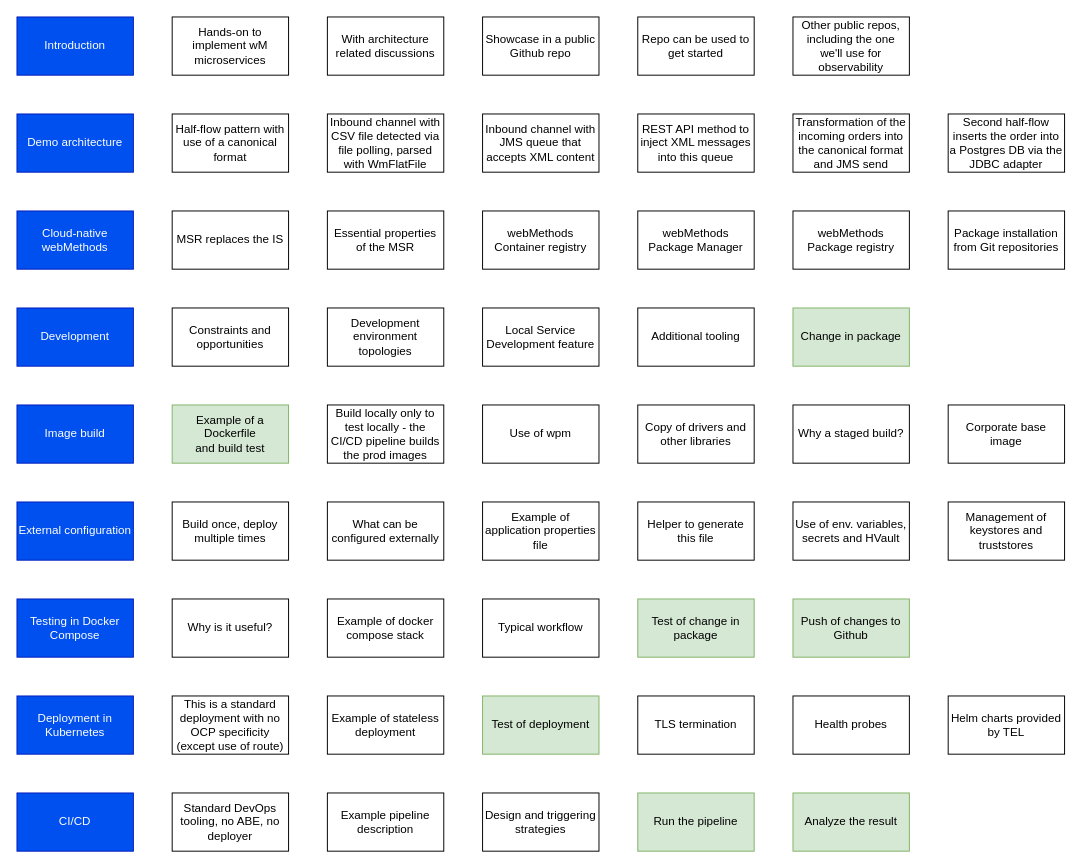
Above: page "Page-4" (4 of 5) of resources/documentation/diagrams/diagrams.drawio in staillanibm/demoOrderManagement (draw.io), before the change. Source tidied: cells renumbered, new cells numbered last; positions are measured from the earlier drawing's top-left corner, leaving out a move shared by most shapes. Both pictures are drawn from the tidied source at 97%, with x=0, y=0 at pixel (16, 16).
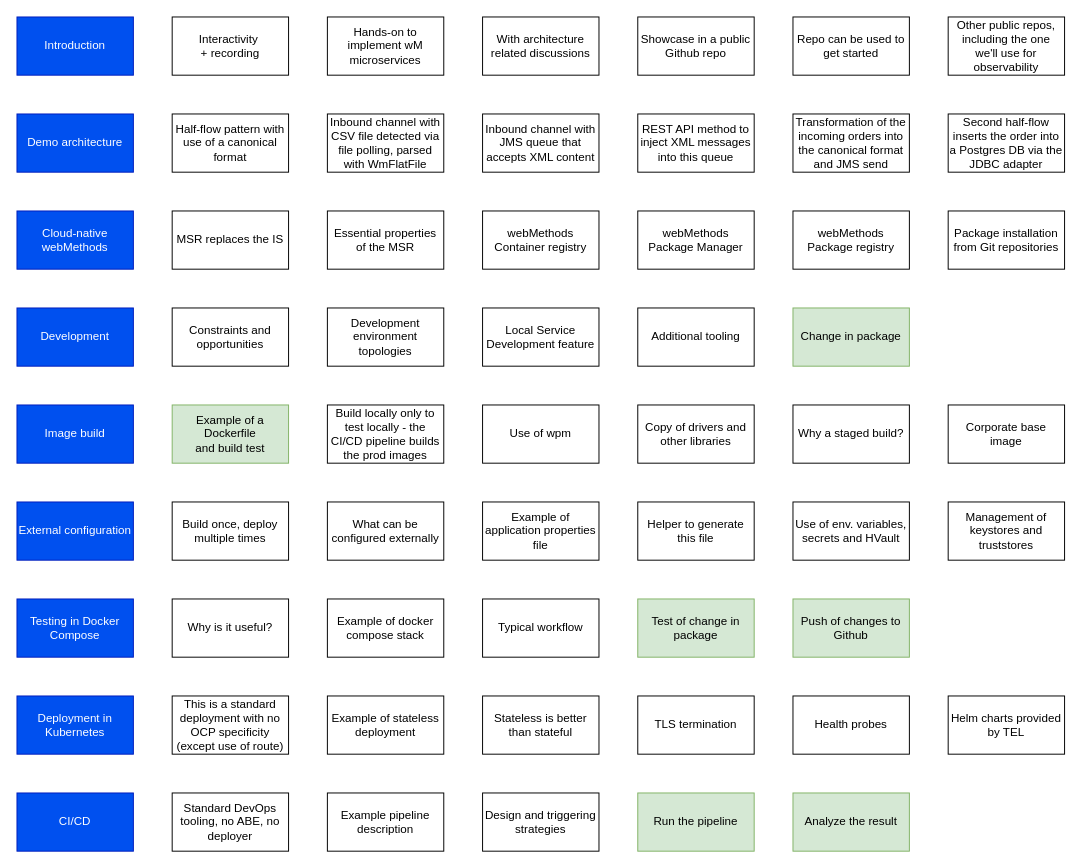
After the change.

What changed in the source:
```diff
@@
     <mxCell id="2" value="Hands-on to implement wM microservices" style="rounded=0;whiteSpace=wrap;html=1;" parent="1" vertex="1">
-      <mxGeometry x="160" width="120" height="60" as="geometry" />
+      <mxGeometry x="320" width="120" height="60" as="geometry" />
     </mxCell>
     <mxCell id="3" value="With architecture related discussions" style="rounded=0;whiteSpace=wrap;html=1;" parent="1" vertex="1">
-      <mxGeometry x="320" width="120" height="60" as="geometry" />
+      <mxGeometry x="480" width="120" height="60" as="geometry" />
     </mxCell>
     <mxCell id="4" value="Showcase in a public Github repo" style="rounded=0;whiteSpace=wrap;html=1;" parent="1" vertex="1">
-      <mxGeometry x="480" width="120" height="60" as="geometry" />
+      <mxGeometry x="640" width="120" height="60" as="geometry" />
     </mxCell>
     <mxCell id="5" value="Other public repos, including the one &lt;br&gt;we'll use for observability" style="rounded=0;whiteSpace=wrap;html=1;" parent="1" vertex="1">
-      <mxGeometry x="800" width="120" height="60" as="geometry" />
+      <mxGeometry x="960" width="120" height="60" as="geometry" />
     </mxCell>
@@
     <mxCell id="14" value="Repo can be used to get started" style="rounded=0;whiteSpace=wrap;html=1;" parent="1" vertex="1">
-      <mxGeometry x="640" width="120" height="60" as="geometry" />
+      <mxGeometry x="800" width="120" height="60" as="geometry" />
     </mxCell>
@@
-    <mxCell id="46" value="Test of deployment" style="rounded=0;whiteSpace=wrap;html=1;fillColor=#d5e8d4;strokeColor=#82b366;" parent="1" vertex="1">
-      <mxGeometry x="480" y="700" width="120" height="60" as="geometry" />
-    </mxCell>
@@
+    <mxCell id="61" value="Stateless is better than stateful" style="rounded=0;whiteSpace=wrap;html=1;" parent="1" vertex="1">
+      <mxGeometry x="480" y="700" width="120" height="60" as="geometry" />
+    </mxCell>
+    <mxCell id="62" value="Interactivity&amp;nbsp;&lt;br&gt;+ recording" style="rounded=0;whiteSpace=wrap;html=1;" parent="1" vertex="1">
+      <mxGeometry x="160" width="120" height="60" as="geometry" />
+    </mxCell>
```
